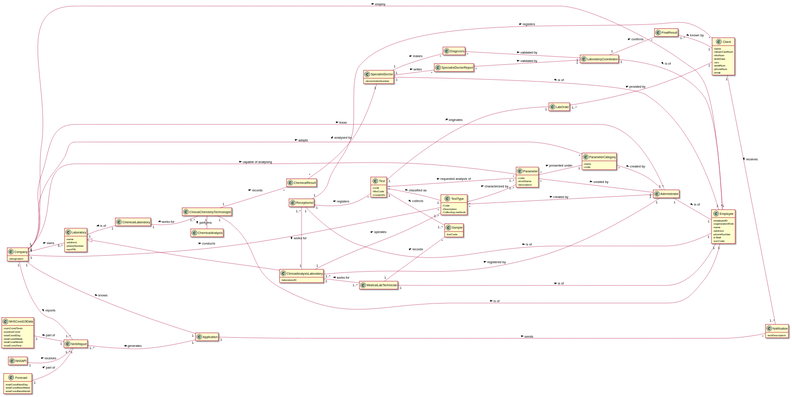
Above: docs/SprintC/DM.svg in martamribeiro/ISEP_2020_2021_LAPR2 (PlantUML), before the change. Its diagram source:
```plantuml
@startuml



skinparam classAttributeIconSize 0
hide empty methods
hide empty attributes
left to right direction

class Laboratory {
- name
- address
- phoneNumber
- numTIN
}

class Employee {
- employeeID
- organizationRole
- name
- address
- phoneNumber
- e-Mail
- socCode
}

class Test{
- code
- NhsCode
- createdAt

}

class Sample{
- barCode

}

class FinalResult{}
class ChemicalResult{}
class Diagnosis{}
class Parameter{
- code
- shortName
- description
}
class Notification{
- textDescription
}
class SpecialistDoctorReport{}
class NHSReport{}
class Forecast{
- totalCovidNextDay
- totalCovidNextWeek
- totalCovidNextMonth
}

class NHSCovid19Data{
- numCovidTests
- positiveCovid
- totalCovidDay
- totalCovidWeek
- totalCovidMonth
- totalCovidYear
}

class Client{
- name
- citizenCardNum
- nhsNum
- birthDate
- sex
- taxIdNum
- phoneNum
- email
}
class Administrator{}

class Receptionist{}

class MedicalLabTechnician{}

class ClinicalChemistryTechnologist{}

class SpecialistDoctor{
- doctorIndexNumber
}

class LaboratoryCoordinator{}

class ClinicalAnalysisLaboratory{
- laboratoryID
}

class ChemicalLaboratory{}

class Application{}
class ChemicalAnalysis{}
class TestType{
- Code
- Description
- Collecting methods
}
class ParameterCategory{
- name
- code
}

class Company{
- designation
}

class NHSAPI{}

class LabOrder{}


together {
class ChemicalLaboratory
class ClinicalAnalysisLaboratory
class ChemicalAnalysis
class Test
}


Laboratory -[hidden]-> ChemicalLaboratory
Laboratory -[hidden]-> ClinicalAnalysisLaboratory


Laboratory -[hidden]down-> Company


Test -[hidden]-> Receptionist
ClinicalAnalysisLaboratory -[hidden]-> Receptionist

MedicalLabTechnician -[hidden]up-|> ClinicalAnalysisLaboratory
ClinicalAnalysisLaboratory -[hidden]up-> Application
ClinicalAnalysisLaboratory -[hidden]left-|> Receptionist

ClinicalChemistryTechnologist -[hidden]up-|> ChemicalLaboratory
NHSReport -[hidden]down-|> Application

NHSReport -[hidden]up-|> Company

NHSAPI -[hidden]down-|> NHSReport

Employee -[hidden]right-|> Company

together {
class Diagnosis
class SpecialistDoctorReport
}

Diagnosis -[hidden]right-> SpecialistDoctorReport



Laboratory <|-- ClinicalAnalysisLaboratory
ChemicalLaboratory "1" -- "1" Laboratory : is of >
Company "1" -- "3..*" Laboratory : owns >






Employee "*" - "1" Company : employ <
Receptionist "1" -- "1" Employee : is of >
MedicalLabTechnician "1" -- "1" Employee : is of >
ClinicalChemistryTechnologist "1" -- "1" Employee : is of >
SpecialistDoctor "1" -- "1" Employee : is of >
LaboratoryCoordinator "1" -- "1" Employee : is of >
Administrator "1" -- "1" Employee : is of >
Company "1" -- "*" Parameter : capable of analysing >
Company "1" -- "*" TestType : conducts >
Company "1" -- "*" Administrator : know >
Company "1" -- "*" ParameterCategory : adopts >
Company "1" -- "1..*" NHSReport : reports >
Parameter "*" -- "1" ParameterCategory : presented under >
Parameter "*" -- "1" Administrator : created by >
TestType "*" -- "1" Administrator : created by >
ParameterCategory "*" -- "1" Administrator : created by >
Test "*" -- "1" TestType : classified as >
Test "1" -- "1..*" Sample : collects >
Test "*" -- "1..*" Parameter : requested analysis of >
Test "1" --- "1" LabOrder : originates <
LabOrder "1..*" --- "1" Client : provided by >
Receptionist "1" -- "*" Client : registers >
Receptionist "1" -- "*" Test : registers >
Receptionist "1..*" - "1" ClinicalAnalysisLaboratory : works for >
MedicalLabTechnician "1..*" -- "1" ClinicalAnalysisLaboratory : works for >
MedicalLabTechnician "1" -- "*" Sample : records >
ClinicalChemistryTechnologist "1..*" -- "1" ChemicalLaboratory : works for >
ClinicalChemistryTechnologist "1" - "*" ChemicalAnalysis : performs >
ClinicalChemistryTechnologist "1" -- "*" ChemicalResult : records >
ChemicalResult "*" -- "1" SpecialistDoctor : analysed by >
SpecialistDoctor "1" -- "*" Diagnosis : makes >
SpecialistDoctor "1" -- "*" SpecialistDoctorReport : writes >
SpecialistDoctorReport "*" -- "1" LaboratoryCoordinator : validated by >
Diagnosis "*" --- "1" LaboratoryCoordinator : validated by >
LaboratoryCoordinator "1" -- "*" FinalResult : confirms >
Client "1" -- "1..*" Notification : receives >
FinalResult "1..*" -- "1" Client : known by >
NHSAPI "1" -- "1..*" NHSReport : receives >
Application "1" --- "1..*" NHSReport : generates >
NHSCovid19Data "1" -- "1" NHSReport : part of >
Forecast "1" -- "1" NHSReport : part of >
Application "1" -- "1" Company : knows <
Application "1" - "*" Notification : sends >

TestType "*" -- "1..*" Parameter : characterized by >

ClinicalAnalysisLaboratory "1..*" -- "1" Administrator : registered by >

ClinicalAnalysisLaboratory "1" -- "1..*" TestType : operates >















@enduml
```
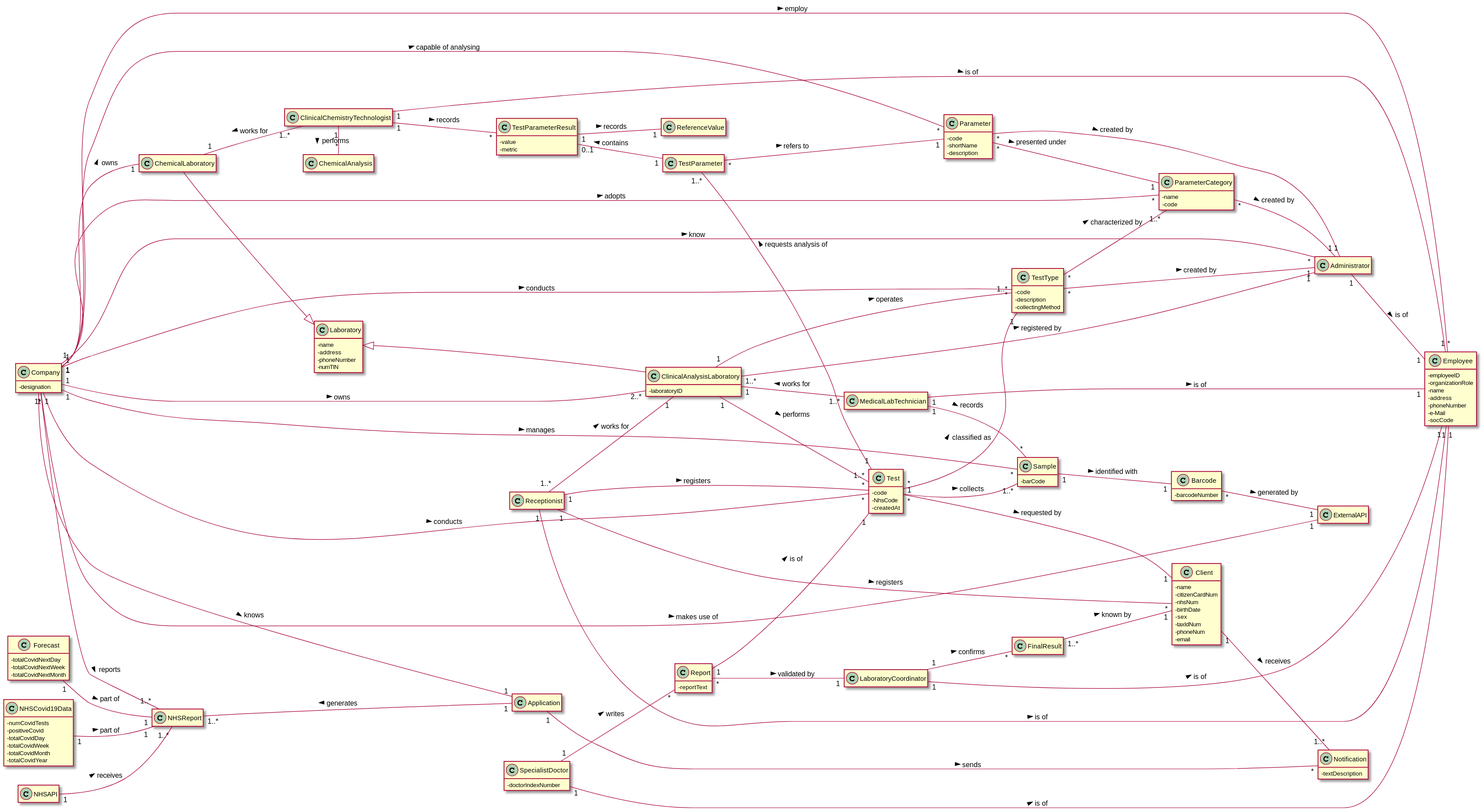
The same file after the commit.

What changed in the source:
```diff
@@ -24,21 +24,23 @@
 - socCode
 }
 
-class Test{
+class Test {
 - code
 - NhsCode
 - createdAt
-
 }
 
 class Sample{
 - barCode
-
 }
 
 class FinalResult{}
-class ChemicalResult{}
-class Diagnosis{}
+class TestParameterResult{
+-value
+-metric
+}
+class ReferenceValue{}
+class TestParameter{}
 class Parameter{
 - code
 - shortName
@@ -47,7 +49,9 @@
 class Notification{
 - textDescription
 }
-class SpecialistDoctorReport{}
+class Report{
+- reportText
+}
 class NHSReport{}
 class Forecast{
 - totalCovidNextDay
@@ -97,9 +101,9 @@
 class Application{}
 class ChemicalAnalysis{}
 class TestType{
-- Code
-- Description
-- Collecting methods
+- code
+- description
+- collectingMethod
 }
 class ParameterCategory{
 - name
@@ -112,8 +116,6 @@
 
 class NHSAPI{}
 
-class LabOrder{}
-
 
 together {
 class ChemicalLaboratory
@@ -121,6 +123,12 @@
 class ChemicalAnalysis
 class Test
 }
+
+class Barcode {
+- barcodeNumber
+}
+
+class ExternalAPI{}
 
 
 Laboratory -[hidden]-> ChemicalLaboratory
@@ -130,12 +138,10 @@
 Laboratory -[hidden]down-> Company
 
 
-Test -[hidden]-> Receptionist
-ClinicalAnalysisLaboratory -[hidden]-> Receptionist
+Test -[hidden]left-> Receptionist
 
 MedicalLabTechnician -[hidden]up-|> ClinicalAnalysisLaboratory
 ClinicalAnalysisLaboratory -[hidden]up-> Application
-ClinicalAnalysisLaboratory -[hidden]left-|> Receptionist
 
 ClinicalChemistryTechnologist -[hidden]up-|> ChemicalLaboratory
 NHSReport -[hidden]down-|> Application
@@ -144,25 +150,14 @@
 
 NHSAPI -[hidden]down-|> NHSReport
 
-Employee -[hidden]right-|> Company
-
-together {
-class Diagnosis
-class SpecialistDoctorReport
-}
-
-Diagnosis -[hidden]right-> SpecialistDoctorReport
-
-
-
-Laboratory <|-- ClinicalAnalysisLaboratory
-ChemicalLaboratory "1" -- "1" Laboratory : is of >
-Company "1" -- "3..*" Laboratory : owns >
 
 
 
 
-
+ClinicalAnalysisLaboratory --|> Laboratory
+ChemicalLaboratory --|> Laboratory
+Company "1" -- "2..*" ClinicalAnalysisLaboratory : owns >
+Company "1" -- "1" ChemicalLaboratory : owns >
 
 Employee "*" - "1" Company : employ <
 Receptionist "1" -- "1" Employee : is of >
@@ -171,33 +166,33 @@
 SpecialistDoctor "1" -- "1" Employee : is of >
 LaboratoryCoordinator "1" -- "1" Employee : is of >
 Administrator "1" -- "1" Employee : is of >
-Company "1" -- "*" Parameter : capable of analysing >
+Company "1" - "*" Parameter : capable of analysing >
 Company "1" -- "*" TestType : conducts >
 Company "1" -- "*" Administrator : know >
 Company "1" -- "*" ParameterCategory : adopts >
 Company "1" -- "1..*" NHSReport : reports >
+Company "1" -- "*" Test : conducts >
 Parameter "*" -- "1" ParameterCategory : presented under >
 Parameter "*" -- "1" Administrator : created by >
 TestType "*" -- "1" Administrator : created by >
 ParameterCategory "*" -- "1" Administrator : created by >
 Test "*" -- "1" TestType : classified as >
 Test "1" -- "1..*" Sample : collects >
-Test "*" -- "1..*" Parameter : requested analysis of >
-Test "1" --- "1" LabOrder : originates <
-LabOrder "1..*" --- "1" Client : provided by >
 Receptionist "1" -- "*" Client : registers >
 Receptionist "1" -- "*" Test : registers >
-Receptionist "1..*" - "1" ClinicalAnalysisLaboratory : works for >
+Receptionist "1..*" -- "1" ClinicalAnalysisLaboratory : works for >
 MedicalLabTechnician "1..*" -- "1" ClinicalAnalysisLaboratory : works for >
 MedicalLabTechnician "1" -- "*" Sample : records >
 ClinicalChemistryTechnologist "1..*" -- "1" ChemicalLaboratory : works for >
 ClinicalChemistryTechnologist "1" - "*" ChemicalAnalysis : performs >
-ClinicalChemistryTechnologist "1" -- "*" ChemicalResult : records >
-ChemicalResult "*" -- "1" SpecialistDoctor : analysed by >
-SpecialistDoctor "1" -- "*" Diagnosis : makes >
-SpecialistDoctor "1" -- "*" SpecialistDoctorReport : writes >
-SpecialistDoctorReport "*" -- "1" LaboratoryCoordinator : validated by >
-Diagnosis "*" --- "1" LaboratoryCoordinator : validated by >
+ClinicalChemistryTechnologist "1" -- "*" TestParameterResult : records >
+TestParameterResult "0..1" -- "1" TestParameter : contains <
+TestParameterResult "1" -- "1" ReferenceValue : records >
+TestParameter "*" -- "1" Parameter : refers to >
+TestParameter "1..*" -- "1" Test : requests analysis of <
+SpecialistDoctor "1" -- "*" Report : writes >
+Report "*" -- "1" LaboratoryCoordinator : validated by >
+Report "1" -- "1" Test : is of >
 LaboratoryCoordinator "1" -- "*" FinalResult : confirms >
 Client "1" -- "1..*" Notification : receives >
 FinalResult "1..*" -- "1" Client : known by >
@@ -208,24 +203,16 @@
 Application "1" -- "1" Company : knows <
 Application "1" - "*" Notification : sends >
 
-TestType "*" -- "1..*" Parameter : characterized by >
+TestType "*" -- "1..*" ParameterCategory : characterized by >
 
 ClinicalAnalysisLaboratory "1..*" -- "1" Administrator : registered by >
-
+ClinicalAnalysisLaboratory "1" -- "1..*" Test : performs >
 ClinicalAnalysisLaboratory "1" -- "1..*" TestType : operates >
 
-
-
-
-
-
-
-
-
-
-
-
-
-
+Company "1" --- "*" Sample : manages >
+Sample "1" -- "1" Barcode : identified with >
+Barcode "*" -- "1" ExternalAPI : generated by >
+Company "*" - "1" ExternalAPI : makes use of >
+Test "*" --- "1" Client : requested by >
 
 @enduml
```
